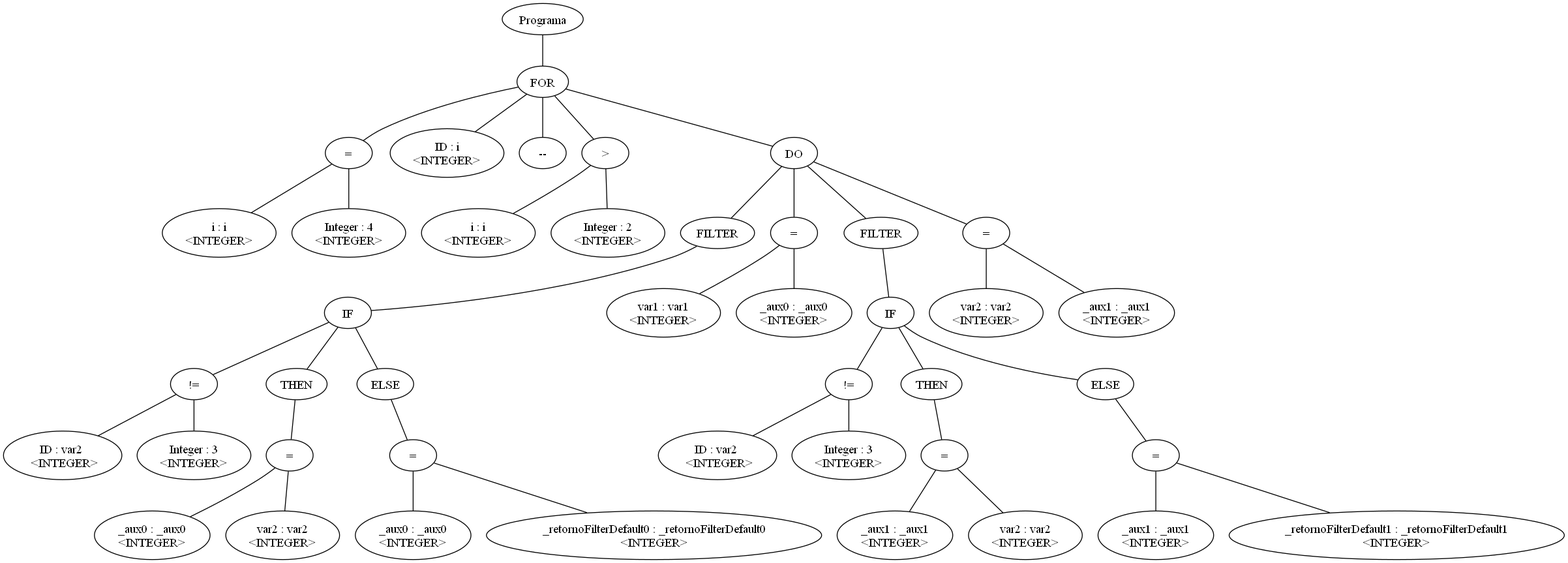
leandroprios/compilador keeps this Graphviz diagram as arbol.png. Above is the earlier version. Its source is kept beside it as arbol.dot.
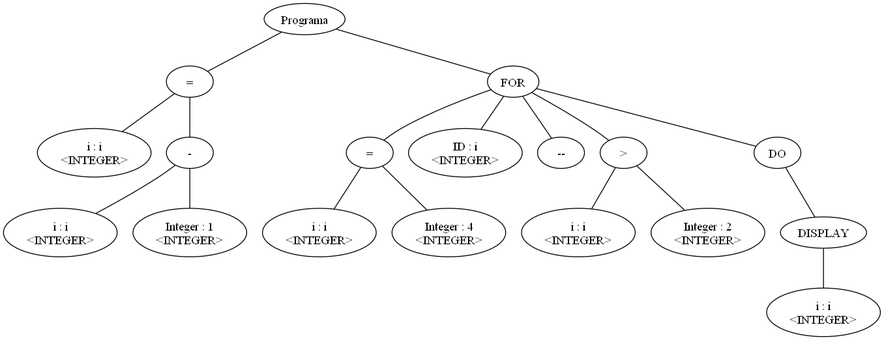
After the change.

The edit, as a diff of the source:
```diff
@@ -1,88 +1,36 @@
-graph G {nodo_2064875143[label="Programa"]
-nodo_2000241404[label="FOR"]
-nodo_2064875143--nodo_2000241404
-nodo_184018458[label="="]
-nodo_2000241404--nodo_184018458
-nodo_354452140[label="i : i\n<INTEGER>"]
-nodo_184018458--nodo_354452140
-nodo_1965502921[label="Integer : 4\n<INTEGER>"]
-nodo_184018458--nodo_1965502921
-nodo_2000241404--nodo_2101758745
-nodo_2101758745[label="ID : i\n<INTEGER>"]
-nodo_2000241404--nodo_1211413299
-nodo_1211413299[label="--"]
-nodo_1826784255[label=">"]
-nodo_2000241404--nodo_1826784255
-nodo_537353939[label="i : i\n<INTEGER>"]
-nodo_1826784255--nodo_537353939
-nodo_1296555211[label="Integer : 2\n<INTEGER>"]
-nodo_1826784255--nodo_1296555211
-nodo_2000241404--nodo_13712216
-nodo_13712216[label="DO"]
-nodo_43407609[label="FILTER"]
-nodo_13712216--nodo_43407609
-nodo_2048122415[label="IF"]
-nodo_43407609--nodo_2048122415
-nodo_1626924664[label="!="]
-nodo_2048122415--nodo_1626924664
-nodo_329961256[label="ID : var2
- <INTEGER>"]
-nodo_1626924664--nodo_329961256
-nodo_592124980[label="Integer : 3\n<INTEGER>"]
-nodo_1626924664--nodo_592124980
-nodo_1196252372[label="="]
-nodo_67213557--nodo_1196252372
-nodo_1612818787[label="_aux0 : _aux0\n<INTEGER>"]
-nodo_1196252372--nodo_1612818787
-nodo_624425408[label="var2 : var2\n<INTEGER>"]
-nodo_1196252372--nodo_624425408
-nodo_2048122415--nodo_67213557
-nodo_67213557[label="THEN"]
-nodo_2048122415--nodo_573902625
-nodo_573902625[label="ELSE"]
-nodo_1592196078[label="="]
-nodo_573902625--nodo_1592196078
-nodo_1944106778[label="_aux0 : _aux0\n<INTEGER>"]
-nodo_1592196078--nodo_1944106778
-nodo_518480564[label="_retornoFilterDefault0 : _retornoFilterDefault0\n<INTEGER>"]
-nodo_1592196078--nodo_518480564
-nodo_67395921[label="="]
-nodo_13712216--nodo_67395921
-nodo_1842664372[label="var1 : var1\n<INTEGER>"]
-nodo_67395921--nodo_1842664372
-nodo_469430643[label="_aux0 : _aux0\n<INTEGER>"]
-nodo_67395921--nodo_469430643
-nodo_1043190394[label="FILTER"]
-nodo_13712216--nodo_1043190394
-nodo_419701255[label="IF"]
-nodo_1043190394--nodo_419701255
-nodo_1376127968[label="!="]
-nodo_419701255--nodo_1376127968
-nodo_507185594[label="ID : var2
- <INTEGER>"]
-nodo_1376127968--nodo_507185594
-nodo_1314235909[label="Integer : 3\n<INTEGER>"]
-nodo_1376127968--nodo_1314235909
-nodo_1996071378[label="="]
-nodo_138379660--nodo_1996071378
-nodo_339930598[label="_aux1 : _aux1\n<INTEGER>"]
-nodo_1996071378--nodo_339930598
-nodo_1383219213[label="var2 : var2\n<INTEGER>"]
-nodo_1996071378--nodo_1383219213
-nodo_419701255--nodo_138379660
-nodo_138379660[label="THEN"]
-nodo_419701255--nodo_139719995
-nodo_139719995[label="ELSE"]
-nodo_838115784[label="="]
-nodo_139719995--nodo_838115784
-nodo_171471125[label="_aux1 : _aux1\n<INTEGER>"]
-nodo_838115784--nodo_171471125
-nodo_152473705[label="_retornoFilterDefault1 : _retornoFilterDefault1\n<INTEGER>"]
-nodo_838115784--nodo_152473705
-nodo_1235540846[label="="]
-nodo_13712216--nodo_1235540846
-nodo_1565182323[label="var2 : var2\n<INTEGER>"]
-nodo_1235540846--nodo_1565182323
-nodo_347319062[label="_aux1 : _aux1\n<INTEGER>"]
-nodo_1235540846--nodo_347319062
+graph G {nodo_940026953[label="Programa"]
+nodo_906693870[label="="]
+nodo_940026953--nodo_906693870
+nodo_1114086201[label="i : i\n<INTEGER>"]
+nodo_906693870--nodo_1114086201
+nodo_305454490[label="-"]
+nodo_906693870--nodo_305454490
+nodo_399793777[label="i : i\n<INTEGER>"]
+nodo_305454490--nodo_399793777
+nodo_2035702809[label="Integer : 1\n<INTEGER>"]
+nodo_305454490--nodo_2035702809
+nodo_118931033[label="FOR"]
+nodo_940026953--nodo_118931033
+nodo_863664940[label="="]
+nodo_118931033--nodo_863664940
+nodo_107515108[label="i : i\n<INTEGER>"]
+nodo_863664940--nodo_107515108
+nodo_1293266596[label="Integer : 4\n<INTEGER>"]
+nodo_863664940--nodo_1293266596
+nodo_118931033--nodo_528515814
+nodo_528515814[label="ID : i\n<INTEGER>"]
+nodo_118931033--nodo_2143495465
+nodo_2143495465[label="--"]
+nodo_1573724766[label=">"]
+nodo_118931033--nodo_1573724766
+nodo_1036896205[label="i : i\n<INTEGER>"]
+nodo_1573724766--nodo_1036896205
+nodo_1539393328[label="Integer : 2\n<INTEGER>"]
+nodo_1573724766--nodo_1539393328
+nodo_118931033--nodo_580975179
+nodo_580975179[label="DO"]
+nodo_1078819100[label="DISPLAY"]
+nodo_580975179--nodo_1078819100
+nodo_1957063833[label="i : i\n<INTEGER>"]
+nodo_1078819100--nodo_1957063833
 }
```
